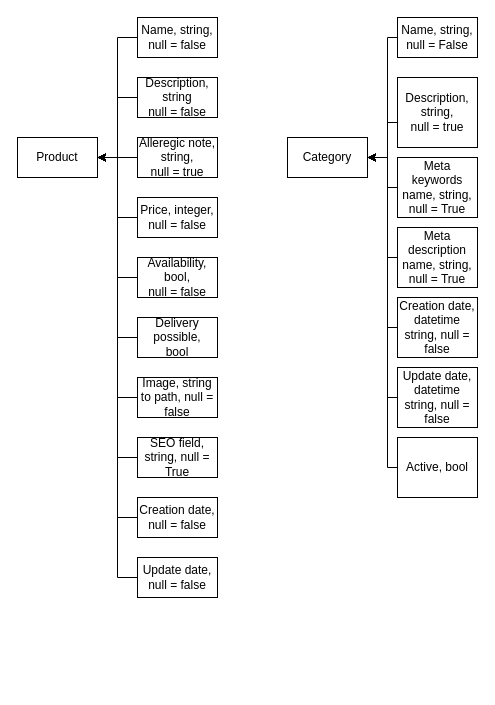
The draw.io diagram Untitled Diagram.drawio in JianDk/HD_website, before the edit. Source tidied: cells renumbered, new cells numbered last; positions are measured from the earlier drawing's top-left corner, leaving out a move shared by most shapes. Both pictures are drawn from the tidied source at 100%, with x=0, y=0 at pixel (17, 17).
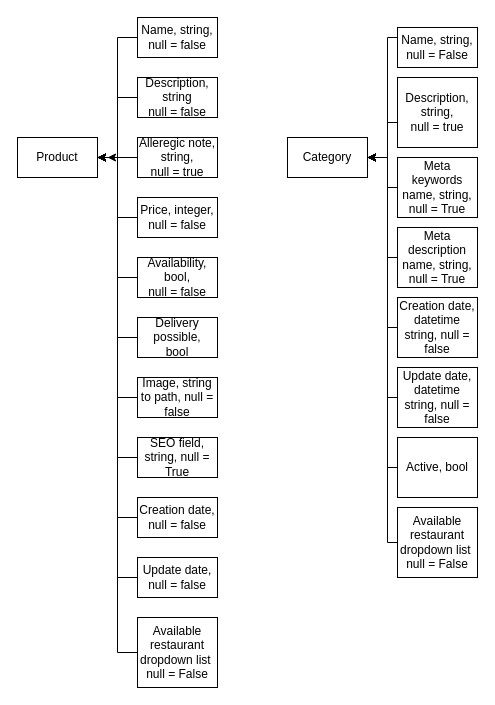
The same diagram, later.

Unchanged cells that the change refers to:
```xml
<mxCell id="19" value="Category" style="rounded=0;whiteSpace=wrap;html=1;" parent="1" vertex="1">
  <mxGeometry x="270" y="120" width="80" height="40" as="geometry" />
</mxCell>
```

Change to the diagram source:
```diff
@@
     <mxCell id="21" value="Name, string,&lt;br&gt;null = False" style="rounded=0;whiteSpace=wrap;html=1;" parent="1" vertex="1">
-      <mxGeometry x="380" width="80" height="40" as="geometry" />
+      <mxGeometry x="380" y="10" width="80" height="40" as="geometry" />
     </mxCell>
@@
+    <mxCell id="38" style="edgeStyle=orthogonalEdgeStyle;rounded=0;jettySize=auto;html=1;" parent="1" edge="1" source="39">
+      <mxGeometry relative="1" as="geometry">
+        <mxPoint x="90" y="140" as="targetPoint" />
+        <Array as="points">
+          <mxPoint x="100" y="635" />
+          <mxPoint x="100" y="140" />
+        </Array>
+      </mxGeometry>
+    </mxCell>
+    <mxCell id="39" value="Available restaurant dropdown list&amp;nbsp;&lt;br&gt;null = False" style="rounded=0;whiteSpace=wrap;html=1;" parent="1" vertex="1">
+      <mxGeometry x="120" y="600" width="80" height="70" as="geometry" />
+    </mxCell>
+    <mxCell id="40" style="edgeStyle=orthogonalEdgeStyle;rounded=0;jettySize=auto;html=1;entryX=1;entryY=0.5;entryDx=0;entryDy=0;" parent="1" edge="1" source="41" target="19">
+      <mxGeometry relative="1" as="geometry">
+        <Array as="points">
+          <mxPoint x="370" y="525" />
+          <mxPoint x="370" y="140" />
+        </Array>
+      </mxGeometry>
+    </mxCell>
+    <mxCell id="41" value="Available restaurant dropdown list&amp;nbsp;&lt;br&gt;null = False" style="rounded=0;whiteSpace=wrap;html=1;" parent="1" vertex="1">
+      <mxGeometry x="380" y="490" width="80" height="70" as="geometry" />
+    </mxCell>
```
